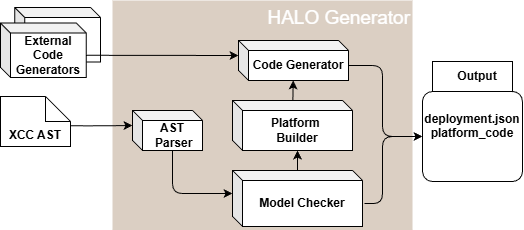
The draw.io diagram static/images/halo_generator.png in nikola-winmaker/nikola.stojkov, before a commit. Source tidied: cells renumbered, new cells last; positions are measured from the earlier drawing's top-left corner, leaving out a move shared by most shapes.
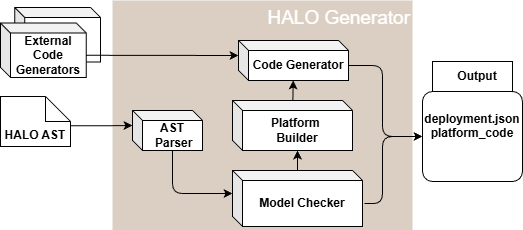
The same diagram one commit later.

Commit message:
Refine descriptions and examples in HALO reading materials for clarity and consistency

Change to the diagram source:
```diff
@@ -28,7 +28,7 @@
         <mxPoint y="30" as="offset" />
       </mxGeometry>
     </mxCell>
-    <mxCell id="10" value="XCC AST" style="shape=note2;boundedLbl=1;whiteSpace=wrap;html=1;size=25;verticalAlign=top;align=center;rounded=1;fontStyle=1;" parent="1" vertex="1">
+    <mxCell id="10" value="HALO AST" style="shape=note2;boundedLbl=1;whiteSpace=wrap;html=1;size=25;verticalAlign=top;align=center;rounded=1;fontStyle=1;" parent="1" vertex="1">
       <mxGeometry y="96" width="70" height="50" as="geometry" />
     </mxCell>
     <mxCell id="11" value="&lt;span style=&quot;color: rgb(0, 0, 0);&quot;&gt;AST&lt;/span&gt;&lt;div&gt;&lt;span style=&quot;color: rgb(0, 0, 0);&quot;&gt;&amp;nbsp;Parser&lt;/span&gt;&lt;/div&gt;" style="shape=cube;whiteSpace=wrap;html=1;boundedLbl=1;backgroundOutline=1;darkOpacity=0.05;darkOpacity2=0.1;rounded=1;size=10;rotation=0;fontStyle=1;" parent="1" vertex="1">
```
